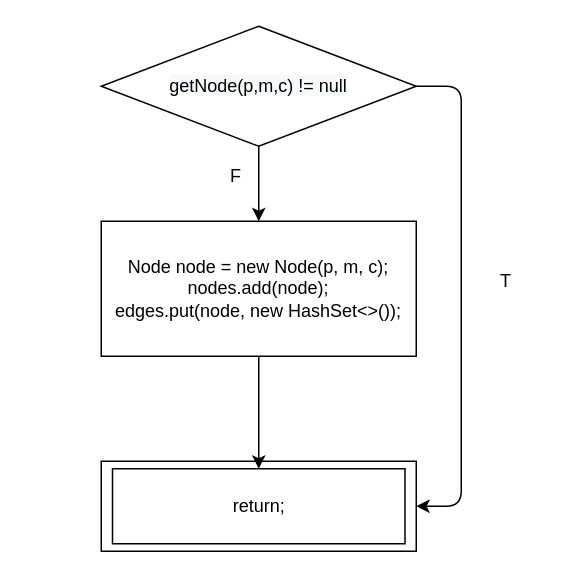
Earlier version of the draw.io diagram page "addNode" (1 of 3) of proj1-skeleton/flowcharts/proj1.drawio (luke-jiang/CS_510). Source tidied: cells renumbered, new cells numbered last; positions are measured from the earlier drawing's top-left corner, leaving out a move shared by most shapes. Both pictures are drawn from the tidied source at 150%, with x=0, y=0 at pixel (100, 26).
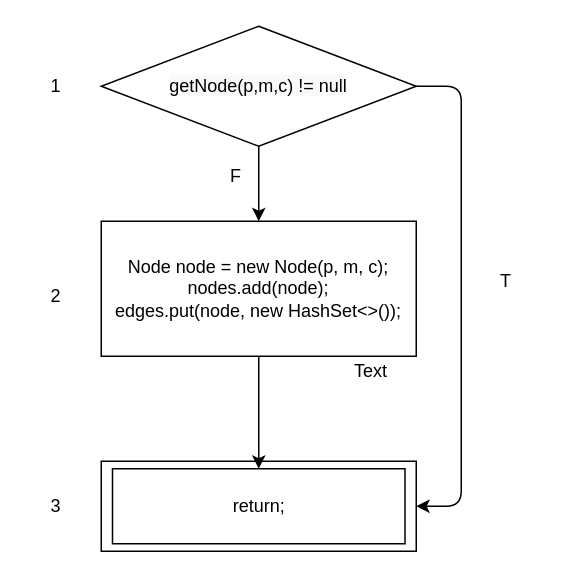
The same page after the edit.

The edit, as a diff of the source:
```diff
@@
 <mxGraphModel>
   <root>
     <mxCell id="0" />
     <mxCell id="1" parent="0" />
     <mxCell id="2" style="rounded=0;whiteSpace=wrap;html=1;" parent="1" vertex="1">
       <mxGeometry y="290" width="210" height="60" as="geometry" />
     </mxCell>
     <mxCell id="3" value="return;" style="rounded=0;whiteSpace=wrap;html=1;" parent="1" vertex="1">
       <mxGeometry x="7.5" y="295" width="195" height="50" as="geometry" />
     </mxCell>
     <mxCell id="4" value="Node node = new Node(p, m, c);&lt;br&gt;nodes.add(node);&lt;br&gt;edges.put(node, new HashSet&amp;lt;&amp;gt;());" style="rounded=0;whiteSpace=wrap;html=1;" parent="1" vertex="1">
       <mxGeometry y="130" width="210" height="90" as="geometry" />
     </mxCell>
     <mxCell id="5" style="endArrow=classic;html=1;exitX=0.5;exitY=1;exitDx=0;exitDy=0;" parent="1" edge="1" target="4">
       <mxGeometry relative="1" as="geometry">
         <mxPoint x="105" y="70" as="sourcePoint" />
       </mxGeometry>
     </mxCell>
     <mxCell id="6" style="endArrow=classic;html=1;exitX=0.5;exitY=1;exitDx=0;exitDy=0;" parent="1" edge="1" source="4" target="3">
       <mxGeometry relative="1" as="geometry" />
     </mxCell>
     <mxCell id="7" style="endArrow=classic;html=1;exitX=1;exitY=0.5;exitDx=0;exitDy=0;entryX=1;entryY=0.5;entryDx=0;entryDy=0;" parent="1" edge="1" target="2">
       <mxGeometry relative="1" as="geometry">
         <mxPoint x="210" y="40" as="sourcePoint" />
         <Array as="points">
           <mxPoint x="240" y="40" />
           <mxPoint x="240" y="320" />
         </Array>
       </mxGeometry>
     </mxCell>
     <mxCell id="8" value="F" style="text;html=1;strokeColor=none;fillColor=none;align=center;verticalAlign=middle;whiteSpace=wrap;rounded=0;" parent="1" vertex="1">
       <mxGeometry x="70" y="90" width="40" height="20" as="geometry" />
     </mxCell>
     <mxCell id="9" value="T" style="text;html=1;strokeColor=none;fillColor=none;align=center;verticalAlign=middle;whiteSpace=wrap;rounded=0;" parent="1" vertex="1">
       <mxGeometry x="250" y="160" width="40" height="20" as="geometry" />
     </mxCell>
     <mxCell id="10" value="&lt;span style=&quot;color: rgb(0, 0, 0); font-family: helvetica; font-size: 12px; font-style: normal; font-weight: 400; letter-spacing: normal; text-align: center; text-indent: 0px; text-transform: none; word-spacing: 0px; background-color: rgb(248, 249, 250); display: inline; float: none;&quot;&gt;getNode(p,m,c) != null&lt;/span&gt;" style="rhombus;whiteSpace=wrap;html=1;" parent="1" vertex="1">
       <mxGeometry width="210" height="80" as="geometry" />
     </mxCell>
+    <mxCell id="11" value="Text" style="text;html=1;strokeColor=none;fillColor=none;align=center;verticalAlign=middle;whiteSpace=wrap;rounded=0;" parent="1" vertex="1">
+      <mxGeometry x="160" y="220" width="40" height="20" as="geometry" />
+    </mxCell>
+    <mxCell id="12" value="1" style="text;html=1;strokeColor=none;fillColor=none;align=center;verticalAlign=middle;whiteSpace=wrap;rounded=0;" parent="1" vertex="1">
+      <mxGeometry x="-50" y="30" width="40" height="20" as="geometry" />
+    </mxCell>
+    <mxCell id="13" value="2" style="text;html=1;strokeColor=none;fillColor=none;align=center;verticalAlign=middle;whiteSpace=wrap;rounded=0;" parent="1" vertex="1">
+      <mxGeometry x="-50" y="170" width="40" height="20" as="geometry" />
+    </mxCell>
+    <mxCell id="14" value="3" style="text;html=1;strokeColor=none;fillColor=none;align=center;verticalAlign=middle;whiteSpace=wrap;rounded=0;" parent="1" vertex="1">
+      <mxGeometry x="-50" y="310" width="40" height="20" as="geometry" />
+    </mxCell>
   </root>
 </mxGraphModel>
```
